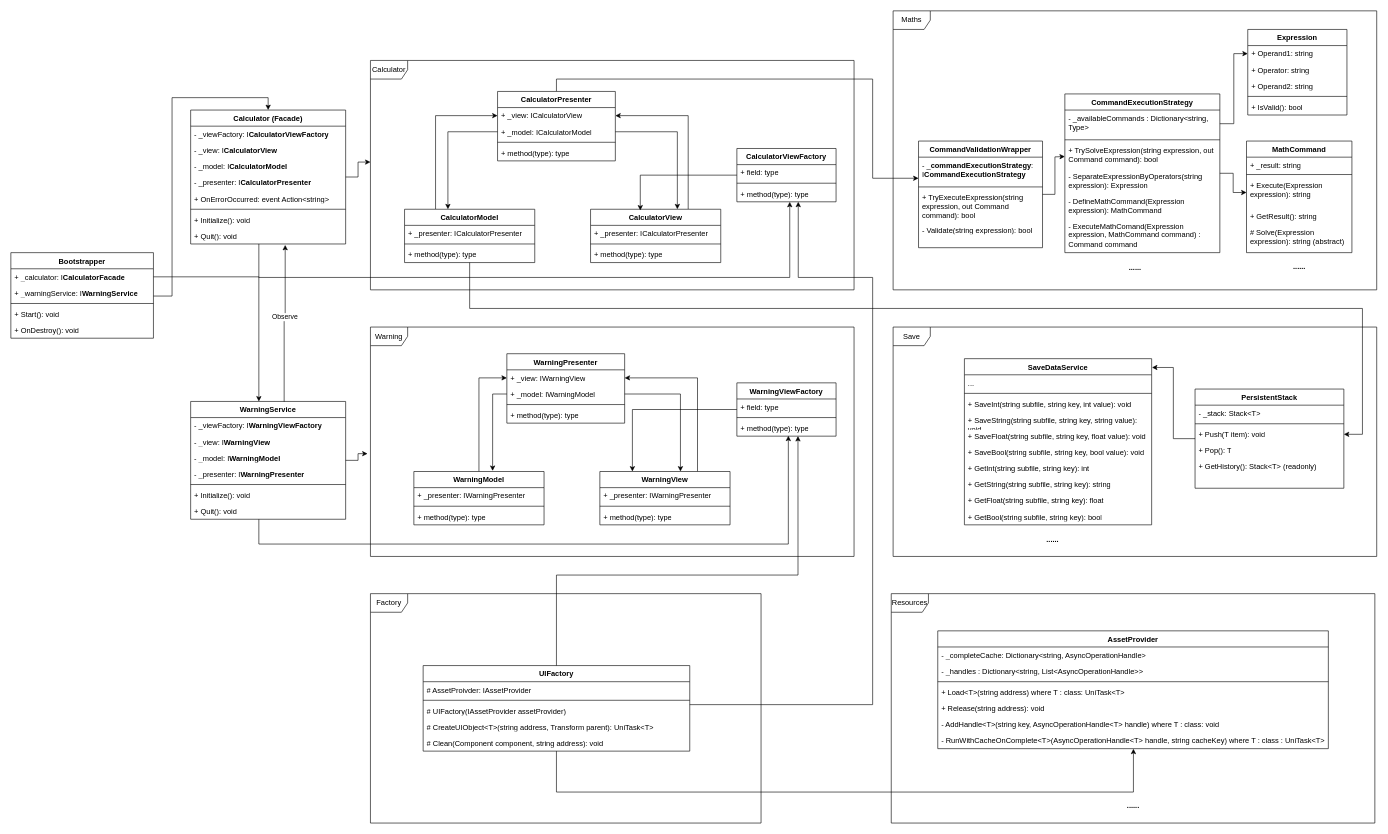
The draw.io diagram Calculator.drawio in JakeCake1/calculator, before the edit. Source tidied: cells renumbered, new cells numbered last; positions are measured from the earlier drawing's top-left corner, leaving out a move shared by most shapes. Both pictures are drawn from the tidied source at 62%, with x=0, y=0 at pixel (11, 11).
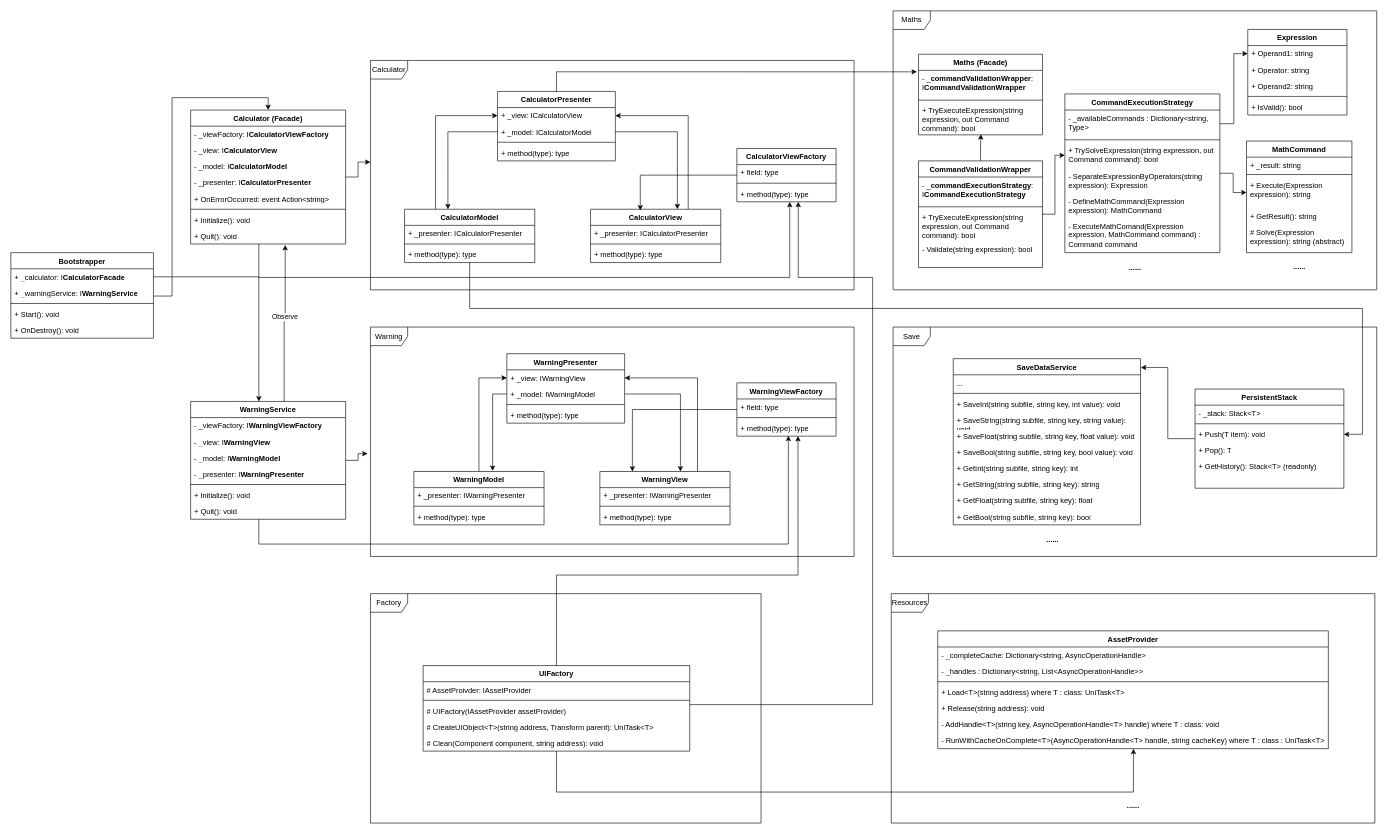
The same diagram, later.

Commit message:
Add maths facade

Unchanged cells that the change refers to:
```xml
<mxCell id="14" value="CalculatorPresenter" style="swimlane;fontStyle=1;align=center;verticalAlign=top;horizontal=1;startSize=26;whiteSpace=wrap;html=1;" parent="1" vertex="1">
  <mxGeometry x="785" y="130" width="190" height="112" as="geometry" />
</mxCell>
<mxCell id="96" value="+ TrySolveExpression(string expression, out Command command): bool" style="text;strokeColor=none;fillColor=none;align=left;verticalAlign=top;spacingLeft=4;spacingRight=4;overflow=hidden;points=[[0,0.5],[1,0.5]];portConstraint=eastwest;whiteSpace=wrap;html=1;" parent="93" vertex="1">
  <mxGeometry y="78" width="250" height="42" as="geometry" />
</mxCell>
<mxCell id="133" value="- _&lt;span style=&quot;font-weight: 700; text-align: center;&quot;&gt;commandExecutionStrategy&lt;/span&gt;: I&lt;span style=&quot;font-weight: 700; text-align: center;&quot;&gt;CommandExecutionStrategy&lt;/span&gt;" style="text;strokeColor=none;fillColor=none;align=left;verticalAlign=top;spacingLeft=4;spacingRight=4;overflow=hidden;points=[[0,0.5],[1,0.5]];portConstraint=eastwest;whiteSpace=wrap;html=1;" parent="132" vertex="1">
  <mxGeometry y="26" width="200" height="44" as="geometry" />
</mxCell>
```

What changed in the source:
```diff
@@
-    <mxCell id="13" style="edgeStyle=orthogonalEdgeStyle;rounded=0;jettySize=auto;html=1;" parent="1" edge="1" source="14" target="133">
-      <mxGeometry relative="1" as="geometry">
-        <Array as="points">
-          <mxPoint x="880" y="110" />
-          <mxPoint x="1390" y="110" />
-          <mxPoint x="1390" y="270" />
-        </Array>
-      </mxGeometry>
-    </mxCell>
@@
     <mxCell id="45" value="SaveDataService" style="swimlane;fontStyle=1;align=center;verticalAlign=top;horizontal=1;startSize=26;whiteSpace=wrap;html=1;" parent="1" vertex="1">
-      <mxGeometry x="1538" y="561" width="302" height="268" as="geometry" />
+      <mxGeometry x="1520" y="561" width="302" height="268" as="geometry" />
     </mxCell>
@@
-    <mxCell id="131" style="edgeStyle=orthogonalEdgeStyle;rounded=0;jettySize=auto;html=1;entryX=0;entryY=0.5;entryDx=0;entryDy=0;" parent="1" edge="1" source="132">
-      <mxGeometry relative="1" as="geometry">
-        <mxPoint x="1700" y="235" as="targetPoint" />
-      </mxGeometry>
-    </mxCell>
+    <mxCell id="151" style="edgeStyle=orthogonalEdgeStyle;rounded=0;jettySize=auto;html=1;entryX=0;entryY=0.5;entryDx=0;entryDy=0;" parent="1" edge="1" source="132" target="96">
+      <mxGeometry relative="1" as="geometry" />
+    </mxCell>
     <mxCell id="132" value="CommandValidationWrapper" style="swimlane;fontStyle=1;align=center;verticalAlign=top;horizontal=1;startSize=26;whiteSpace=wrap;html=1;" parent="1" vertex="1">
-      <mxGeometry x="1464" y="210" width="200" height="172" as="geometry" />
+      <mxGeometry x="1464" y="242" width="200" height="172" as="geometry" />
     </mxCell>
@@
+    <mxCell id="152" value="Maths (Facade)" style="swimlane;fontStyle=1;align=center;verticalAlign=top;horizontal=1;startSize=26;whiteSpace=wrap;html=1;" parent="1" vertex="1">
+      <mxGeometry x="1464" y="70" width="200" height="130" as="geometry" />
+    </mxCell>
+    <mxCell id="153" value="- _&lt;span style=&quot;font-weight: 700; text-align: center;&quot;&gt;commandValidationWrapper&lt;/span&gt;: I&lt;span style=&quot;font-weight: 700; text-align: center;&quot;&gt;CommandValidationWrapper&lt;/span&gt;" style="text;strokeColor=none;fillColor=none;align=left;verticalAlign=top;spacingLeft=4;spacingRight=4;overflow=hidden;points=[[0,0.5],[1,0.5]];portConstraint=eastwest;whiteSpace=wrap;html=1;" parent="152" vertex="1">
+      <mxGeometry y="26" width="200" height="44" as="geometry" />
+    </mxCell>
+    <mxCell id="154" style="line;strokeWidth=1;fillColor=none;align=left;verticalAlign=middle;spacingTop=-1;spacingLeft=3;spacingRight=3;labelPosition=right;strokeColor=inherit;" parent="152" vertex="1">
+      <mxGeometry y="70" width="200" height="8" as="geometry" />
+    </mxCell>
+    <mxCell id="155" value="+ TryExecuteExpression(string expression, out Command command): bool" style="text;strokeColor=none;fillColor=none;align=left;verticalAlign=top;spacingLeft=4;spacingRight=4;overflow=hidden;points=[[0,0.5],[1,0.5]];portConstraint=eastwest;whiteSpace=wrap;html=1;" parent="152" vertex="1">
+      <mxGeometry y="78" width="200" height="52" as="geometry" />
+    </mxCell>
+    <mxCell id="156" style="edgeStyle=orthogonalEdgeStyle;rounded=0;jettySize=auto;html=1;entryX=0.503;entryY=0.981;entryDx=0;entryDy=0;entryPerimeter=0;" parent="1" edge="1" source="132" target="155">
+      <mxGeometry relative="1" as="geometry" />
+    </mxCell>
+    <mxCell id="157" style="edgeStyle=orthogonalEdgeStyle;rounded=0;jettySize=auto;html=1;entryX=-0.013;entryY=0.053;entryDx=0;entryDy=0;entryPerimeter=0;" parent="1" edge="1" source="14" target="153">
+      <mxGeometry relative="1" as="geometry">
+        <Array as="points">
+          <mxPoint x="880" y="98" />
+        </Array>
+      </mxGeometry>
+    </mxCell>
```
